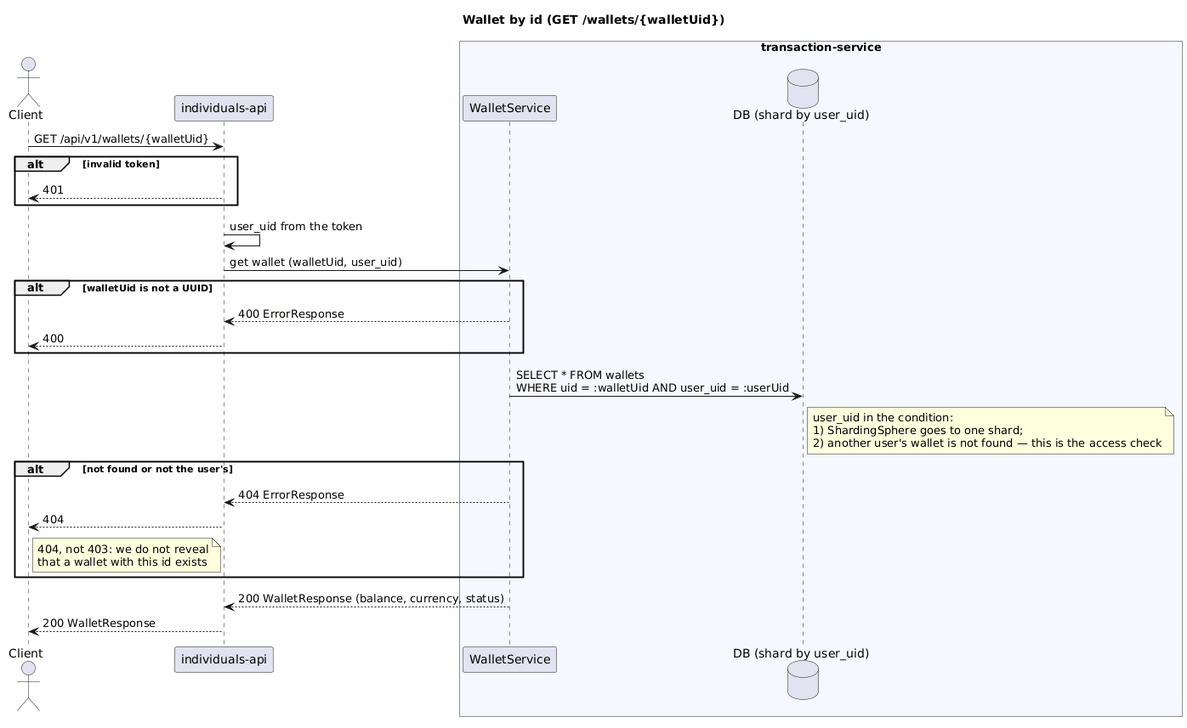
Earlier version of the PlantUML export transaction-service/diagrams-c4/png/en/sequence-wallet-get.png (dezxxx/payment-platform).
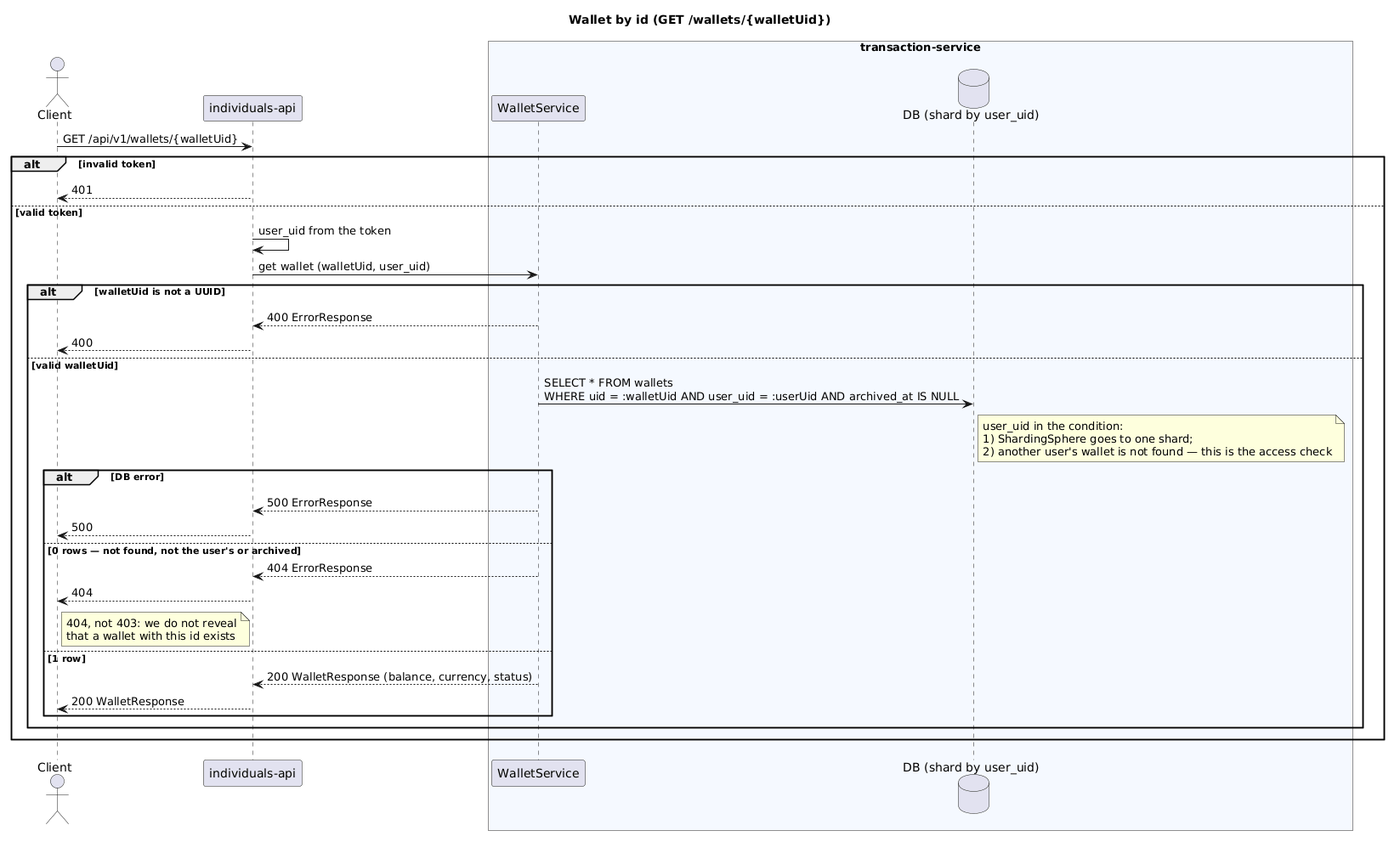
Later version of the same file.

Change to the diagram source:
```diff
@@ -11,27 +11,33 @@
 Client -> IA: GET /api/v1/wallets/{walletUid}
 alt invalid token
     IA --> Client: 401
+else valid token
+    IA -> IA: user_uid from the token
+    IA -> WS: get wallet (walletUid, user_uid)
+    alt walletUid is not a UUID
+        WS --> IA: 400 ErrorResponse
+        IA --> Client: 400
+    else valid walletUid
+        WS -> DB: SELECT * FROM wallets\nWHERE uid = :walletUid AND user_uid = :userUid AND archived_at IS NULL
+        note right of DB
+          user_uid in the condition:
+          1) ShardingSphere goes to one shard;
+          2) another user's wallet is not found — this is the access check
+        end note
+        alt DB error
+            WS --> IA: 500 ErrorResponse
+            IA --> Client: 500
+        else 0 rows — not found, not the user's or archived
+            WS --> IA: 404 ErrorResponse
+            IA --> Client: 404
+            note right of Client
+              404, not 403: we do not reveal
+              that a wallet with this id exists
+            end note
+        else 1 row
+            WS --> IA: 200 WalletResponse (balance, currency, status)
+            IA --> Client: 200 WalletResponse
+        end
+    end
 end
-IA -> IA: user_uid from the token
-IA -> WS: get wallet (walletUid, user_uid)
-alt walletUid is not a UUID
-    WS --> IA: 400 ErrorResponse
-    IA --> Client: 400
-end
-WS -> DB: SELECT * FROM wallets\nWHERE uid = :walletUid AND user_uid = :userUid
-note right of DB
-  user_uid in the condition:
-  1) ShardingSphere goes to one shard;
-  2) another user's wallet is not found — this is the access check
-end note
-alt not found or not the user's
-    WS --> IA: 404 ErrorResponse
-    IA --> Client: 404
-    note right of Client
-      404, not 403: we do not reveal
-      that a wallet with this id exists
-    end note
-end
-WS --> IA: 200 WalletResponse (balance, currency, status)
-IA --> Client: 200 WalletResponse
 @enduml
```
